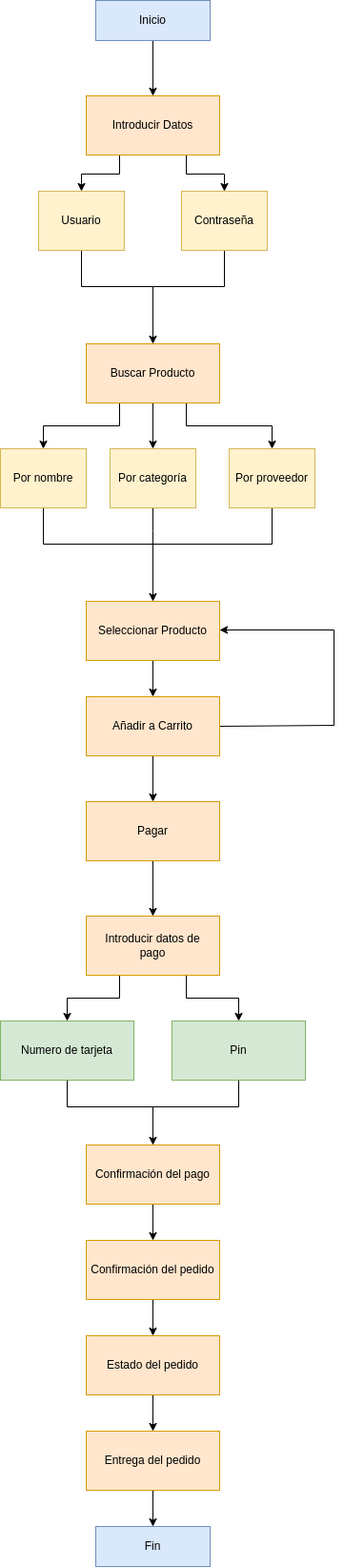
This is ExamenDiagramaActividades2.png from PeterMartEsc/ETS, a draw.io export, as it was before one commit. Source tidied: cells renumbered, new cells last; positions are measured from the earlier drawing's top-left corner, leaving out a move shared by most shapes.
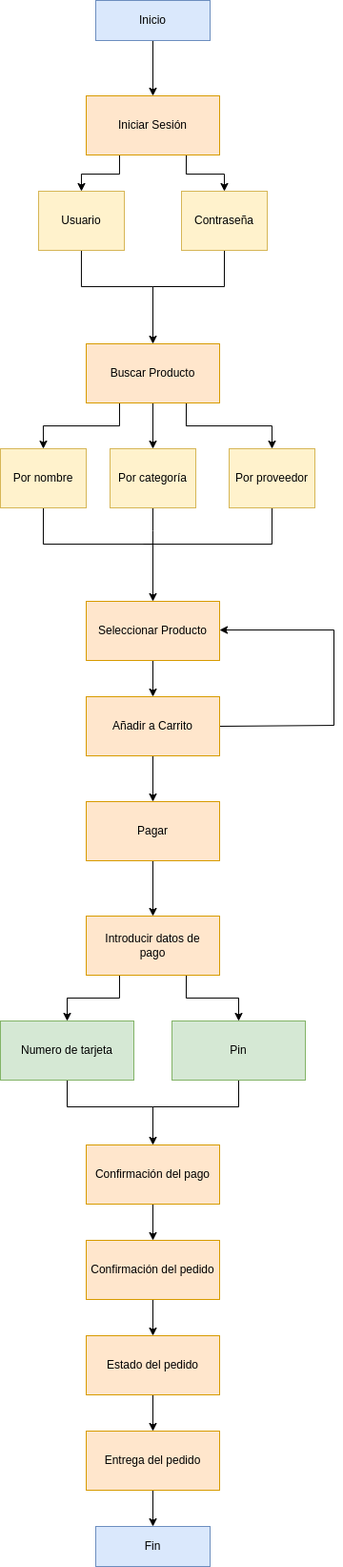
Later version of the same file.

What changed in the source:
```diff
@@ -14,7 +14,7 @@
     <mxCell id="5" style="edgeStyle=orthogonalEdgeStyle;rounded=0;jettySize=auto;html=1;exitX=0.75;exitY=1;exitDx=0;exitDy=0;entryX=0.5;entryY=0;entryDx=0;entryDy=0;" parent="1" edge="1" source="6" target="10">
       <mxGeometry relative="1" as="geometry" />
     </mxCell>
-    <mxCell id="6" value="Introducir Datos" style="rounded=0;whiteSpace=wrap;html=1;fillColor=#ffe6cc;strokeColor=#d79b00;" parent="1" vertex="1">
+    <mxCell id="6" value="Iniciar Sesión" style="rounded=0;whiteSpace=wrap;html=1;fillColor=#ffe6cc;strokeColor=#d79b00;" parent="1" vertex="1">
       <mxGeometry x="90" y="100" width="140" height="62" as="geometry" />
     </mxCell>
     <mxCell id="7" style="edgeStyle=orthogonalEdgeStyle;rounded=0;jettySize=auto;html=1;entryX=0.5;entryY=0;entryDx=0;entryDy=0;" parent="1" edge="1" source="8" target="14">
```
